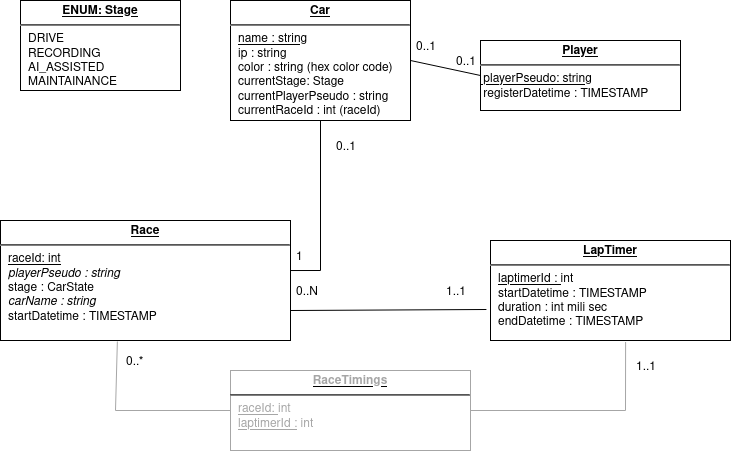
mdl29/donkeycarLPH keeps this draw.io diagram as doc/donkeycarManager/DataStructure.drawio.png. Above is the earlier version. Source tidied: cells renumbered, new cells last; positions are measured from the earlier drawing's top-left corner, leaving out a move shared by most shapes.
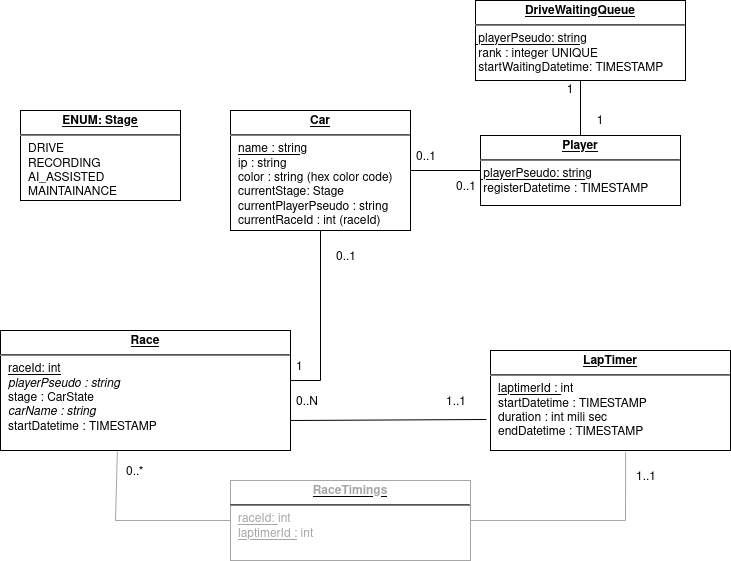
Above is the later version.

Diff of the diagram source:
```diff
@@ -8,8 +8,8 @@
     <mxCell id="3" value="&lt;p style=&quot;margin:0px;margin-top:4px;text-align:center;text-decoration:underline;&quot;&gt;&lt;b&gt;ENUM: Stage&lt;/b&gt;&lt;br&gt;&lt;/p&gt;&lt;hr&gt;&lt;p style=&quot;margin:0px;margin-left:8px;&quot;&gt;DRIVE&lt;br&gt;RECORDING&lt;br&gt;AI_ASSISTED&lt;/p&gt;&lt;p style=&quot;margin:0px;margin-left:8px;&quot;&gt;MAINTAINANCE&lt;br&gt;&lt;/p&gt;" style="verticalAlign=top;align=left;overflow=fill;fontSize=12;fontFamily=Helvetica;html=1;" parent="1" vertex="1">
       <mxGeometry x="20" width="160" height="90" as="geometry" />
     </mxCell>
-    <mxCell id="4" value="&lt;p style=&quot;margin:0px;margin-top:4px;text-align:center;text-decoration:underline;&quot;&gt;&lt;b&gt;Player&lt;/b&gt;&lt;br&gt;&lt;/p&gt;&lt;hr&gt;&lt;div&gt;&lt;u&gt;&amp;nbsp;playerPseudo: strin&lt;/u&gt;g&lt;/div&gt;&lt;div&gt;&amp;nbsp;registerDatetime : TIMESTAMP&lt;br&gt;&lt;/div&gt;" style="verticalAlign=top;align=left;overflow=fill;fontSize=12;fontFamily=Helvetica;html=1;" parent="1" vertex="1">
-      <mxGeometry x="480" y="40" width="200" height="70" as="geometry" />
+    <mxCell id="4" value="&lt;p style=&quot;margin:0px;margin-top:4px;text-align:center;text-decoration:underline;&quot;&gt;&lt;b&gt;Player&lt;/b&gt;&lt;br&gt;&lt;/p&gt;&lt;hr&gt;&lt;div&gt;&lt;u&gt;&amp;nbsp;playerPseudo: strin&lt;/u&gt;g&lt;br&gt;&lt;/div&gt;&lt;div&gt;&amp;nbsp;registerDatetime : TIMESTAMP&lt;br&gt;&lt;/div&gt;" style="verticalAlign=top;align=left;overflow=fill;fontSize=12;fontFamily=Helvetica;html=1;" parent="1" vertex="1">
+      <mxGeometry x="480" y="25" width="200" height="70" as="geometry" />
     </mxCell>
     <mxCell id="5" value="&lt;p style=&quot;margin:0px;margin-top:4px;text-align:center;text-decoration:underline;&quot;&gt;&lt;b&gt;Race&lt;/b&gt;&lt;br&gt;&lt;/p&gt;&lt;hr&gt;&lt;p style=&quot;margin:0px;margin-left:8px;&quot;&gt;&lt;u&gt;raceId: int&lt;/u&gt;&lt;br&gt;&lt;/p&gt;&lt;p style=&quot;margin:0px;margin-left:8px;&quot;&gt;&lt;i&gt;playerPseudo : string&lt;/i&gt;&lt;br&gt;stage : CarState&lt;br&gt;&lt;/p&gt;&lt;p style=&quot;margin:0px;margin-left:8px;&quot;&gt;&lt;i&gt;carName : string&lt;/i&gt;&lt;/p&gt;&lt;p style=&quot;margin:0px;margin-left:8px;&quot;&gt;startDatetime : TIMESTAMP&lt;br&gt;&lt;/p&gt;" style="verticalAlign=top;align=left;overflow=fill;fontSize=12;fontFamily=Helvetica;html=1;" parent="1" vertex="1">
       <mxGeometry y="220" width="290" height="120" as="geometry" />
@@ -45,7 +45,7 @@
       <mxGeometry relative="1" as="geometry" />
     </mxCell>
     <mxCell id="12" value="0..1" style="text;strokeColor=none;fillColor=none;align=left;verticalAlign=middle;spacingLeft=4;spacingRight=4;overflow=hidden;" parent="1" vertex="1">
-      <mxGeometry x="450" y="45" width="40" height="30" as="geometry" />
+      <mxGeometry x="450" y="60" width="40" height="30" as="geometry" />
     </mxCell>
     <mxCell id="13" value="0..1" style="text;strokeColor=none;fillColor=none;align=left;verticalAlign=middle;spacingLeft=4;spacingRight=4;overflow=hidden;" parent="1" vertex="1">
       <mxGeometry x="410" y="30" width="40" height="30" as="geometry" />
@@ -71,5 +71,17 @@
     <mxCell id="20" value="0..N" style="text;strokeColor=none;fillColor=none;align=left;verticalAlign=middle;spacingLeft=4;spacingRight=4;overflow=hidden;" parent="1" vertex="1">
       <mxGeometry x="290" y="275" width="40" height="30" as="geometry" />
     </mxCell>
+    <mxCell id="21" value="&lt;p style=&quot;margin:0px;margin-top:4px;text-align:center;text-decoration:underline;&quot;&gt;&lt;b&gt;DriveWaitingQueue&lt;/b&gt;&lt;br&gt;&lt;/p&gt;&lt;hr&gt;&lt;div&gt;&lt;u&gt;&amp;nbsp;playerPseudo: strin&lt;/u&gt;g&lt;/div&gt;&lt;div&gt;&amp;nbsp;rank : integer UNIQUE&lt;br&gt;&lt;/div&gt;&lt;div&gt;&amp;nbsp;startWaitingDatetime: TIMESTAMP&lt;br&gt;&lt;/div&gt;" style="verticalAlign=top;align=left;overflow=fill;fontSize=12;fontFamily=Helvetica;html=1;" parent="1" vertex="1">
+      <mxGeometry x="475" y="-110" width="210" height="80" as="geometry" />
+    </mxCell>
+    <mxCell id="22" style="endArrow=none;html=1;rounded=0;entryX=0.5;entryY=1;entryDx=0;entryDy=0;" parent="1" edge="1" source="4" target="21">
+      <mxGeometry relative="1" as="geometry" />
+    </mxCell>
+    <mxCell id="23" value="1" style="text;html=1;strokeColor=none;fillColor=none;align=center;verticalAlign=middle;whiteSpace=wrap;rounded=0;" parent="1" vertex="1">
+      <mxGeometry x="540" y="-35" width="60" height="30" as="geometry" />
+    </mxCell>
+    <mxCell id="24" value="1" style="text;html=1;strokeColor=none;fillColor=none;align=center;verticalAlign=middle;whiteSpace=wrap;rounded=0;" parent="1" vertex="1">
+      <mxGeometry x="570" y="-4" width="60" height="30" as="geometry" />
+    </mxCell>
   </root>
 </mxGraphModel>
```
